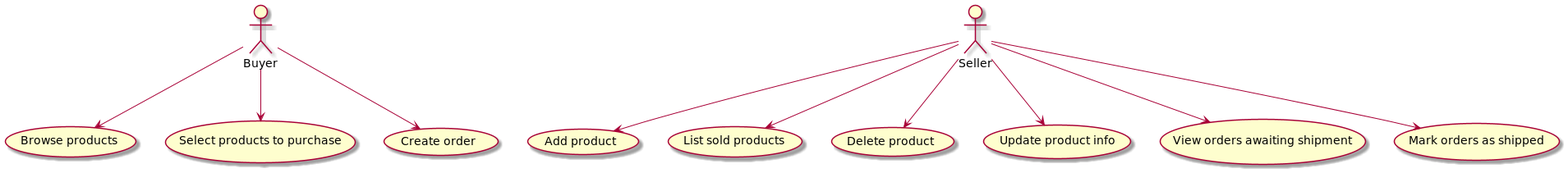
The PlantUML diagram depot/docs/use_cases.png in swayongshen/Depot, before a commit. The source it was exported from:
```plantuml
@startuml

(Browse products) as (UC1)
(Select products to purchase) as (UC2)
(Create order) as (UC3)
(Add product) as (UC4)
(List sold products) as (UC5)
(Delete product) as (UC6)
(Update product info) as (UC7)
(View orders awaiting shipment) as (UC8)
(Mark orders as shipped) as (UC9)
actor Seller
actor Buyer
Seller --> (UC4)
Seller --> (UC5)
Seller --> (UC6)
Seller --> (UC7)
Seller --> (UC8)
Seller --> (UC9)
Buyer --> (UC1)
Buyer --> (UC2)
Buyer --> (UC3)


@enduml
```
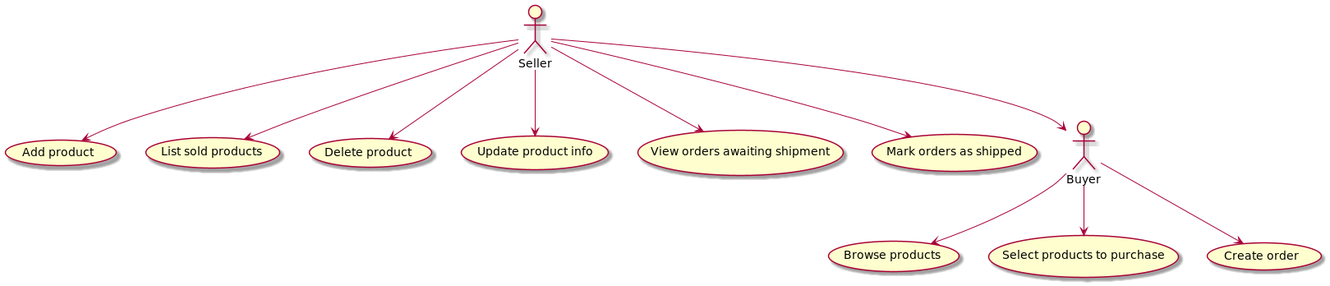
Above is the later version.

Change to the diagram source:
```diff
@@ -20,6 +20,6 @@
 Buyer --> (UC1)
 Buyer --> (UC2)
 Buyer --> (UC3)
-
+Seller --> Buyer
 
 @enduml
```
